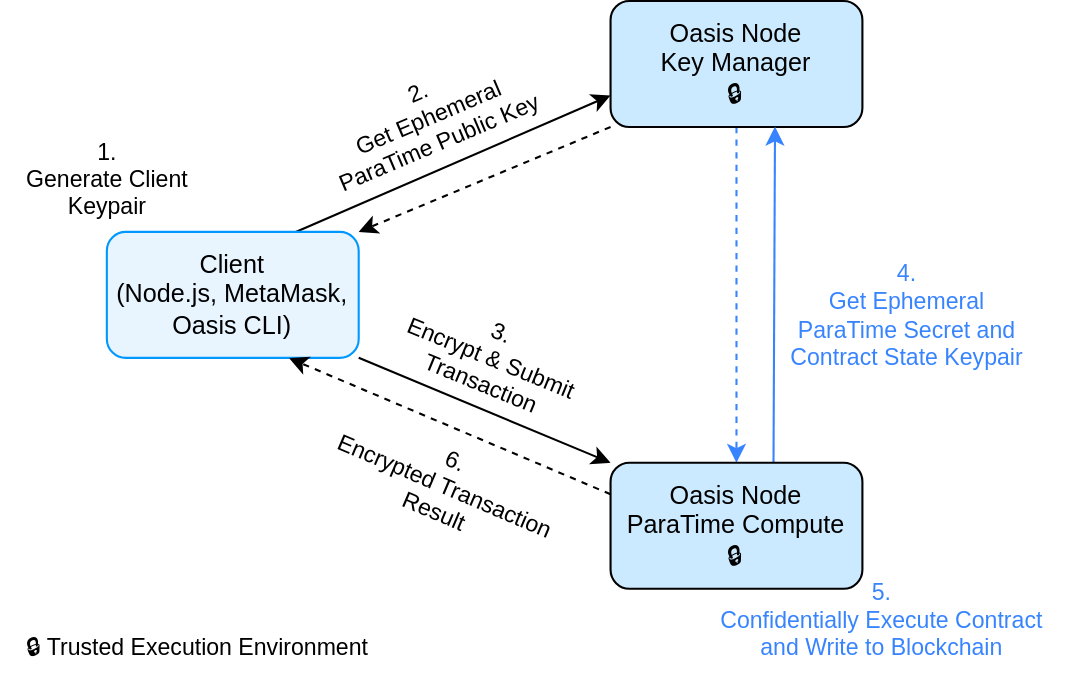
Before: docs/general/images/architecture/client-km-compute.svg, a diagram exported from draw.io (oasisprotocol/docs). Source tidied: cells renumbered, new cells last; positions are measured from the earlier drawing's top-left corner, leaving out a move shared by most shapes.
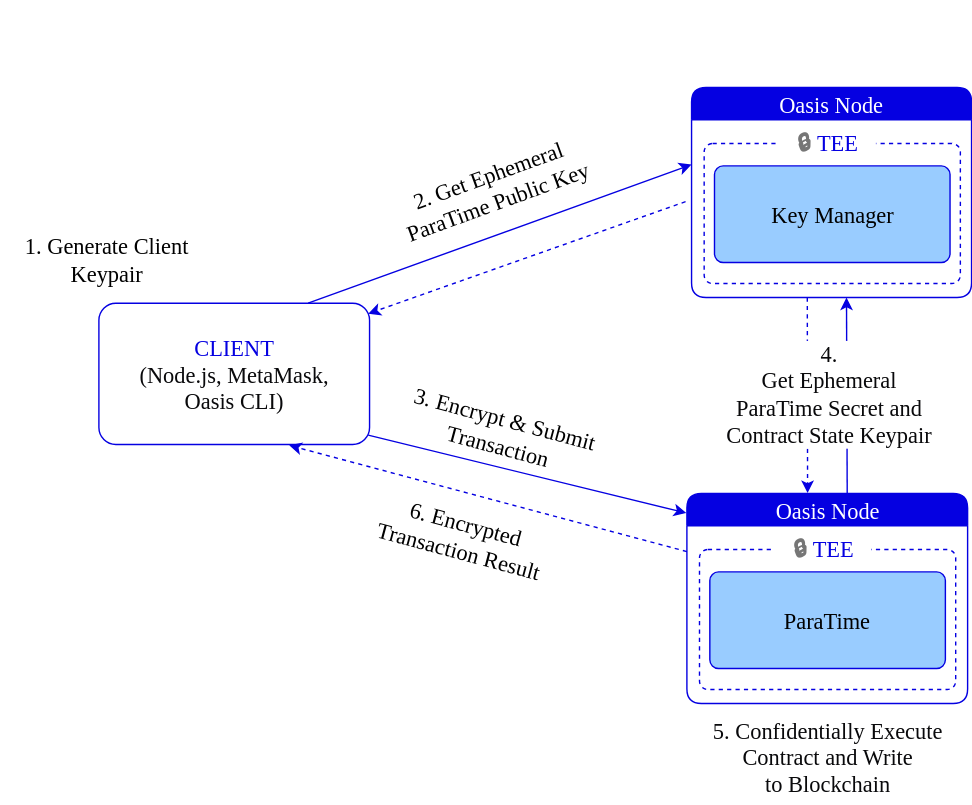
After the commit.

Diff of the diagram source:
```diff
@@ -1,62 +1,98 @@
-<mxGraphModel>
+<mxGraphModel background="light-dark(#FFFFFF,#1B1B1D)">
   <root>
     <mxCell id="0" />
     <mxCell id="1" parent="0" />
-    <mxCell id="2" style="rounded=0;jettySize=auto;html=1;exitX=0.75;exitY=0;exitDx=0;exitDy=0;entryX=0;entryY=0.75;entryDx=0;entryDy=0;startArrow=none;startFill=0;" parent="1" edge="1" source="6" target="9">
-      <mxGeometry relative="1" as="geometry" />
-    </mxCell>
+    <mxCell id="18" style="rounded=1;whiteSpace=wrap;html=1;fontFamily=Inter;fontSource=https%3A%2F%2Ffonts.googleapis.com%2Fcss%3Ffamily%3DInter;fillColor=light-dark(#FFFFFF,#1B1B1D);strokeColor=none;dashed=1;arcSize=6;" parent="1" vertex="1">
+      <mxGeometry x="453.3" y="-140" width="200" height="140" as="geometry" />
+    </mxCell>
+    <mxCell id="19" style="rounded=1;whiteSpace=wrap;html=1;fontFamily=Inter;fontSource=https%3A%2F%2Ffonts.googleapis.com%2Fcss%3Ffamily%3DInter;fillColor=light-dark(#FFFFFF,#1B1B1D);strokeColor=none;dashed=1;arcSize=0;" parent="1" vertex="1">
+      <mxGeometry x="450.2" y="160" width="200" height="130" as="geometry" />
+    </mxCell>
+    <mxCell id="20" style="rounded=0;jettySize=auto;html=1;exitX=0.773;exitY=0;exitDx=0;exitDy=0;startArrow=none;startFill=0;fontFamily=Inter;fontSource=https%3A%2F%2Ffonts.googleapis.com%2Fcss%3Ffamily%3DInter;strokeColor=light-dark(#0500E1,#03FFFF);exitPerimeter=0;" parent="1" edge="1" source="22">
+      <mxGeometry relative="1" as="geometry">
+        <mxPoint x="453.3" y="-95" as="targetPoint" />
+      </mxGeometry>
+    </mxCell>
-    <mxCell id="3" value="&lt;div&gt;2.&lt;/div&gt;&lt;div&gt;Get Ephemeral&lt;/div&gt;&lt;div&gt;ParaTime Public Key&lt;br&gt;&lt;/div&gt;" style="edgeLabel;html=1;align=center;verticalAlign=middle;rotation=337;labelBackgroundColor=none;" parent="2" vertex="1">
+    <mxCell id="3" value="&lt;div&gt;&lt;font face=&quot;Tahoma&quot; style=&quot;font-size: 16px;&quot;&gt;2.&amp;nbsp;&lt;span style=&quot;background-color: transparent; color: light-dark(rgb(0, 0, 0), rgb(255, 255, 255));&quot;&gt;Get Ephemeral&lt;/span&gt;&lt;/font&gt;&lt;/div&gt;&lt;div&gt;&lt;font face=&quot;Tahoma&quot; style=&quot;font-size: 16px;&quot;&gt;ParaTime Public Key&lt;/font&gt;&lt;br&gt;&lt;/div&gt;" style="edgeLabel;html=1;align=center;verticalAlign=middle;rotation=-20;labelBackgroundColor=none;fontFamily=Inter;fontSource=https%3A%2F%2Ffonts.googleapis.com%2Fcss%3Ffamily%3DInter;fontSize=11;" parent="20" vertex="1">
       <mxGeometry x="0.39" y="-4" relative="1" as="geometry">
-        <mxPoint x="-44" y="-13" as="offset" />
+        <mxPoint x="-61" y="-17" as="offset" />
       </mxGeometry>
     </mxCell>
-    <mxCell id="4" style="edgeStyle=none;rounded=0;jettySize=auto;html=1;entryX=0;entryY=0;entryDx=0;entryDy=0;startArrow=none;startFill=0;exitX=1;exitY=1;exitDx=0;exitDy=0;" parent="1" edge="1" source="6" target="14">
-      <mxGeometry relative="1" as="geometry" />
-    </mxCell>
+    <mxCell id="21" style="edgeStyle=none;rounded=0;jettySize=auto;html=1;startArrow=none;startFill=0;exitX=0.995;exitY=0.934;exitDx=0;exitDy=0;fontFamily=Inter;fontSource=https%3A%2F%2Ffonts.googleapis.com%2Fcss%3Ffamily%3DInter;strokeColor=light-dark(#0500E1,#03FFFF);entryX=-0.002;entryY=0.093;entryDx=0;entryDy=0;entryPerimeter=0;exitPerimeter=0;" parent="1" edge="1" source="22" target="32">
+      <mxGeometry relative="1" as="geometry" />
+    </mxCell>
-    <mxCell id="5" value="&lt;div&gt;3.&lt;/div&gt;&lt;div&gt;Encrypt &amp;amp; Submit&lt;/div&gt;&lt;div&gt;Transaction&lt;br&gt;&lt;/div&gt;" style="edgeLabel;html=1;align=center;verticalAlign=middle;rotation=22.3;labelBackgroundColor=none;" parent="4" vertex="1">
+    <mxCell id="5" value="&lt;div&gt;&lt;font face=&quot;Tahoma&quot; style=&quot;font-size: 16px;&quot;&gt;3.&amp;nbsp;&lt;span style=&quot;background-color: transparent; color: light-dark(rgb(0, 0, 0), rgb(255, 255, 255));&quot;&gt;Encrypt &amp;amp; Submit&lt;/span&gt;&lt;/font&gt;&lt;/div&gt;&lt;div&gt;&lt;font face=&quot;Tahoma&quot; style=&quot;font-size: 16px;&quot;&gt;Transaction&lt;/font&gt;&lt;br&gt;&lt;/div&gt;" style="edgeLabel;html=1;align=center;verticalAlign=middle;rotation=15;labelBackgroundColor=none;fontFamily=Inter;fontSource=https%3A%2F%2Ffonts.googleapis.com%2Fcss%3Ffamily%3DInter;fontSize=11;" parent="21" vertex="1">
       <mxGeometry x="-0.21" y="1" relative="1" as="geometry">
-        <mxPoint x="15" y="-19" as="offset" />
+        <mxPoint x="4" y="-24" as="offset" />
       </mxGeometry>
     </mxCell>
-    <mxCell id="6" value="&lt;div&gt;Client&lt;/div&gt;&lt;div&gt;(Node.js, MetaMask,&lt;/div&gt;&lt;div&gt;Oasis CLI)&lt;br&gt;&lt;/div&gt;" style="rounded=1;whiteSpace=wrap;html=1;fillColor=#e8f5ffff;strokeColor=#0097ffff;" parent="1" vertex="1">
-      <mxGeometry x="50" y="110" width="120" height="60" as="geometry" />
-    </mxCell>
-    <mxCell id="7" style="edgeStyle=none;rounded=0;jettySize=auto;html=1;exitX=0;exitY=1;exitDx=0;exitDy=0;startArrow=none;startFill=0;dashed=1;entryX=1;entryY=0;entryDx=0;entryDy=0;" parent="1" edge="1" source="9" target="6">
-      <mxGeometry relative="1" as="geometry" />
-    </mxCell>
-    <mxCell id="8" style="edgeStyle=none;rounded=0;jettySize=auto;html=1;exitX=0.5;exitY=1;exitDx=0;exitDy=0;startArrow=none;startFill=0;dashed=1;strokeColor=#3884ff;" parent="1" edge="1" source="9" target="14">
-      <mxGeometry relative="1" as="geometry" />
-    </mxCell>
-    <mxCell id="9" value="&lt;div&gt;Oasis Node&lt;/div&gt;&lt;div&gt;Key Manager&lt;/div&gt;&lt;div&gt;🔒&lt;br&gt;&lt;/div&gt;" style="rounded=1;whiteSpace=wrap;html=1;fillColor=#cceaffff;strokeColor=#000000;" parent="1" vertex="1">
-      <mxGeometry x="290" width="120" height="60" as="geometry" />
-    </mxCell>
-    <mxCell id="10" style="edgeStyle=none;rounded=0;jettySize=auto;html=1;exitX=0.647;exitY=-0.003;exitDx=0;exitDy=0;startArrow=none;startFill=0;entryX=0.653;entryY=0.997;entryDx=0;entryDy=0;entryPerimeter=0;exitPerimeter=0;strokeColor=#3884ff;" parent="1" edge="1" source="14" target="9">
-      <mxGeometry relative="1" as="geometry" />
-    </mxCell>
+    <mxCell id="22" value="&lt;div&gt;&lt;font face=&quot;Tahoma&quot; style=&quot;font-size: 16px; color: light-dark(rgb(5, 0, 225), rgb(3, 255, 255));&quot;&gt;CLIENT&lt;/font&gt;&lt;/div&gt;&lt;div&gt;&lt;font face=&quot;Tahoma&quot; style=&quot;font-size: 16px; color: light-dark(rgb(9, 9, 11), rgb(255, 255, 255));&quot;&gt;(Node.js, MetaMask,&lt;/font&gt;&lt;/div&gt;&lt;div&gt;&lt;font face=&quot;Tahoma&quot; style=&quot;font-size: 16px; color: light-dark(rgb(9, 9, 11), rgb(255, 255, 255));&quot;&gt;Oasis CLI)&lt;/font&gt;&lt;br&gt;&lt;/div&gt;" style="rounded=1;whiteSpace=wrap;html=1;fillColor=light-dark(#FFFFFF,#1B1B1D);strokeColor=light-dark(#0500E1,#03FFFF);fontFamily=Inter;fontSource=https%3A%2F%2Ffonts.googleapis.com%2Fcss%3Ffamily%3DInter;arcSize=12;" parent="1" vertex="1">
+      <mxGeometry x="30" y="4.1" width="193.3" height="100.9" as="geometry" />
+    </mxCell>
+    <mxCell id="23" style="edgeStyle=none;rounded=0;jettySize=auto;html=1;exitX=0.026;exitY=0.962;exitDx=0;exitDy=0;startArrow=none;startFill=0;dashed=1;entryX=0.995;entryY=0.074;entryDx=0;entryDy=0;fontFamily=Inter;fontSource=https%3A%2F%2Ffonts.googleapis.com%2Fcss%3Ffamily%3DInter;strokeColor=light-dark(#0500E1,#03FFFF);entryPerimeter=0;exitPerimeter=0;" parent="1" edge="1" target="22">
+      <mxGeometry relative="1" as="geometry">
+        <mxPoint x="449" y="-68.5" as="sourcePoint" />
+      </mxGeometry>
+    </mxCell>
+    <mxCell id="24" style="edgeStyle=none;rounded=0;orthogonalLoop=1;jettySize=auto;html=1;startArrow=none;startFill=0;dashed=1;strokeColor=light-dark(#0500E1,#03FFFF);fontFamily=Inter;fontSource=https%3A%2F%2Ffonts.googleapis.com%2Fcss%3Ffamily%3DInter;entryX=0.4;entryY=-0.002;entryDx=0;entryDy=0;entryPerimeter=0;" parent="1" edge="1">
+      <mxGeometry relative="1" as="geometry">
+        <mxPoint x="536" as="sourcePoint" />
+        <mxPoint x="536.2" y="139.7" as="targetPoint" />
+      </mxGeometry>
+    </mxCell>
+    <mxCell id="25" style="edgeStyle=none;rounded=0;orthogonalLoop=1;jettySize=auto;html=1;exitX=0.601;exitY=0.002;exitDx=0;exitDy=0;startArrow=none;startFill=0;exitPerimeter=0;strokeColor=light-dark(#0500E1,#03FFFF);fontFamily=Inter;fontSource=https%3A%2F%2Ffonts.googleapis.com%2Fcss%3Ffamily%3DInter;" parent="1" edge="1">
+      <mxGeometry relative="1" as="geometry">
+        <mxPoint x="564.5" y="140.3" as="sourcePoint" />
+        <mxPoint x="564" as="targetPoint" />
+      </mxGeometry>
+    </mxCell>
-    <mxCell id="11" value="&lt;div&gt;4.&lt;/div&gt;&lt;div&gt;Get Ephemeral&lt;/div&gt;&lt;div&gt;ParaTime Secret and&lt;/div&gt;&lt;div&gt;Contract State Keypair&lt;br&gt;&lt;/div&gt;" style="edgeLabel;html=1;align=center;verticalAlign=middle;fontColor=#3884ff;labelBackgroundColor=none;" parent="10" vertex="1">
+    <mxCell id="11" value="&lt;div&gt;&lt;font face=&quot;Tahoma&quot; style=&quot;font-size: 16px;&quot;&gt;4.&lt;/font&gt;&lt;/div&gt;&lt;div&gt;&lt;font face=&quot;Tahoma&quot; style=&quot;font-size: 16px;&quot;&gt;Get Ephemeral&lt;/font&gt;&lt;/div&gt;&lt;div&gt;&lt;font face=&quot;Tahoma&quot; style=&quot;font-size: 16px;&quot;&gt;ParaTime Secret and&lt;/font&gt;&lt;/div&gt;&lt;div&gt;&lt;font face=&quot;Tahoma&quot; style=&quot;font-size: 16px;&quot;&gt;Contract State Keypair&lt;/font&gt;&lt;br&gt;&lt;/div&gt;" style="edgeLabel;html=1;align=center;verticalAlign=middle;fontColor=light-dark(#09090B,#FFFFFF);labelBackgroundColor=light-dark(#FFFFFF,#1B1B1D);fontFamily=Helvetica;fontSize=11;" parent="25" vertex="1">
       <mxGeometry x="0.11" y="1" relative="1" as="geometry">
-        <mxPoint x="63" y="19" as="offset" />
+        <mxPoint x="-13" y="6" as="offset" />
       </mxGeometry>
     </mxCell>
-    <mxCell id="12" style="rounded=0;jettySize=auto;html=1;exitX=0;exitY=0.25;exitDx=0;exitDy=0;startArrow=none;startFill=0;dashed=1;entryX=0.724;entryY=1.003;entryDx=0;entryDy=0;entryPerimeter=0;" parent="1" edge="1" source="14" target="6">
-      <mxGeometry relative="1" as="geometry" />
-    </mxCell>
+    <mxCell id="26" style="rounded=0;jettySize=auto;html=1;startArrow=none;startFill=0;dashed=1;entryX=0.703;entryY=1.006;entryDx=0;entryDy=0;fontFamily=Inter;fontSource=https%3A%2F%2Ffonts.googleapis.com%2Fcss%3Ffamily%3DInter;strokeColor=light-dark(#0500E1,#03FFFF);exitX=0;exitY=0.25;exitDx=0;exitDy=0;entryPerimeter=0;" parent="1" edge="1" target="22">
+      <mxGeometry relative="1" as="geometry">
+        <mxPoint x="450" y="181.5" as="sourcePoint" />
+      </mxGeometry>
+    </mxCell>
-    <mxCell id="13" value="&lt;div&gt;6.&lt;/div&gt;&lt;div&gt;Encrypted Transaction&lt;/div&gt;&lt;div&gt;Result&lt;br&gt;&lt;/div&gt;" style="edgeLabel;html=1;align=center;verticalAlign=middle;labelBackgroundColor=none;rotation=23.1;" parent="12" vertex="1">
+    <mxCell id="13" value="&lt;div&gt;&lt;font face=&quot;Tahoma&quot; style=&quot;font-size: 16px;&quot;&gt;6.&amp;nbsp;&lt;span style=&quot;background-color: transparent; color: light-dark(rgb(0, 0, 0), rgb(255, 255, 255));&quot;&gt;Encrypted &lt;br&gt;Transaction&amp;nbsp;&lt;/span&gt;&lt;span style=&quot;background-color: transparent; color: light-dark(rgb(0, 0, 0), rgb(255, 255, 255));&quot;&gt;Result&lt;/span&gt;&lt;/font&gt;&lt;/div&gt;" style="edgeLabel;html=1;align=center;verticalAlign=middle;labelBackgroundColor=none;rotation=15;fontFamily=Inter;fontSource=https%3A%2F%2Ffonts.googleapis.com%2Fcss%3Ffamily%3DInter;fontSize=11;" parent="26" vertex="1">
       <mxGeometry x="-0.1" y="-4" relative="1" as="geometry">
-        <mxPoint x="-13" y="28" as="offset" />
+        <mxPoint x="-35" y="27" as="offset" />
       </mxGeometry>
     </mxCell>
-    <mxCell id="14" value="&lt;div&gt;Oasis Node&lt;/div&gt;&lt;div&gt;ParaTime Compute&lt;/div&gt;&lt;div&gt;🔒&lt;br&gt;&lt;/div&gt;" style="rounded=1;whiteSpace=wrap;html=1;fillColor=#cceaffff;strokeColor=#000000;" parent="1" vertex="1">
-      <mxGeometry x="290" y="220" width="120" height="60" as="geometry" />
-    </mxCell>
-    <mxCell id="15" value="&lt;div align=&quot;left&quot;&gt;&lt;font style=&quot;font-size: 11px;&quot;&gt;🔒 Trusted Execution Environment&lt;/font&gt;&lt;/div&gt;" style="text;html=1;align=left;verticalAlign=middle;strokeColor=none;fillColor=none;labelBackgroundColor=none;" parent="1" vertex="1">
-      <mxGeometry x="10" y="293" width="190" height="30" as="geometry" />
-    </mxCell>
-    <mxCell id="16" value="&lt;div style=&quot;font-size: 11px;&quot;&gt;1.&lt;/div&gt;&lt;div style=&quot;font-size: 11px;&quot;&gt;Generate Client&lt;/div&gt;&lt;div style=&quot;font-size: 11px;&quot;&gt;Keypair&lt;/div&gt;" style="text;html=1;align=center;verticalAlign=middle;strokeColor=none;fillColor=none;labelBackgroundColor=none;fontSize=11;" parent="1" vertex="1">
-      <mxGeometry y="60" width="100" height="50" as="geometry" />
+    <mxCell id="16" value="&lt;div&gt;&lt;font face=&quot;Tahoma&quot; style=&quot;font-size: 16px;&quot;&gt;1.&amp;nbsp;&lt;span style=&quot;background-color: transparent; color: light-dark(rgb(0, 0, 0), rgb(255, 255, 255));&quot;&gt;Generate Client&lt;/span&gt;&lt;/font&gt;&lt;/div&gt;&lt;div&gt;&lt;font face=&quot;Tahoma&quot; style=&quot;font-size: 16px;&quot;&gt;Keypair&lt;/font&gt;&lt;/div&gt;" style="text;html=1;align=center;verticalAlign=middle;strokeColor=none;fillColor=none;labelBackgroundColor=none;fontSize=11;fontFamily=Inter;fontSource=https%3A%2F%2Ffonts.googleapis.com%2Fcss%3Ffamily%3DInter;" parent="1" vertex="1">
+      <mxGeometry x="-40" y="-52" width="150" height="50" as="geometry" />
     </mxCell>
-    <mxCell id="17" value="&lt;div style=&quot;font-size: 11px;&quot;&gt;&lt;font style=&quot;font-size: 11px;&quot;&gt;5.&lt;/font&gt;&lt;/div&gt;&lt;div style=&quot;font-size: 11px;&quot;&gt;&lt;font style=&quot;font-size: 11px;&quot;&gt;Confidentially Execute Contract&lt;/font&gt;&lt;/div&gt;&lt;div style=&quot;font-size: 11px;&quot;&gt;&lt;font style=&quot;font-size: 11px;&quot;&gt;and Write to Blockchain&lt;br style=&quot;font-size: 11px;&quot;&gt;&lt;/font&gt;&lt;/div&gt;" style="text;html=1;align=center;verticalAlign=middle;strokeColor=none;fillColor=none;fontSize=11;fontColor=#3884ff;" parent="1" vertex="1">
-      <mxGeometry x="329" y="270" width="180" height="50" as="geometry" />
+    <mxCell id="17" value="&lt;div&gt;&lt;font face=&quot;Tahoma&quot; style=&quot;font-size: 16px;&quot;&gt;&lt;font style=&quot;color: light-dark(rgb(9, 9, 11), rgb(255, 255, 255));&quot;&gt;5.&amp;nbsp;&lt;/font&gt;&lt;span style=&quot;color: light-dark(rgb(9, 9, 11), rgb(255, 255, 255)); background-color: transparent;&quot;&gt;Confidentially Execute &lt;br&gt;Contract&amp;nbsp;&lt;/span&gt;&lt;span style=&quot;color: light-dark(rgb(9, 9, 11), rgb(255, 255, 255)); background-color: transparent;&quot;&gt;and Write &lt;br&gt;to Blockchain&lt;/span&gt;&lt;/font&gt;&lt;/div&gt;" style="text;html=1;align=center;verticalAlign=middle;strokeColor=none;fillColor=none;fontSize=11;fontColor=#3884ff;fontFamily=Inter;fontSource=https%3A%2F%2Ffonts.googleapis.com%2Fcss%3Ffamily%3DInter;" parent="1" vertex="1">
+      <mxGeometry x="450" y="293" width="200" height="70" as="geometry" />
     </mxCell>
+    <mxCell id="27" value="&lt;font face=&quot;Tahoma&quot; style=&quot;font-weight: normal; color: light-dark(rgb(255, 255, 255), rgb(27, 27, 29)); font-size: 16px;&quot;&gt;Oasis Node&lt;/font&gt;" style="swimlane;whiteSpace=wrap;html=1;hachureGap=4;fontFamily=Helvetica;fillColor=light-dark(#0500E1,#03FFFF);strokeColor=light-dark(#0500E1,#03FFFF);swimlaneLine=1;rounded=1;" parent="1" vertex="1">
+      <mxGeometry x="453.3" y="-150" width="200" height="150" as="geometry" />
+    </mxCell>
+    <mxCell id="28" value="t" style="rounded=1;whiteSpace=wrap;html=1;fontFamily=Inter;fontSource=https%3A%2F%2Ffonts.googleapis.com%2Fcss%3Ffamily%3DInter;fillColor=light-dark(#FFFFFF,#1B1B1D);strokeColor=light-dark(#0500E1,#03FFFF);dashed=1;arcSize=6;" parent="27" vertex="1">
+      <mxGeometry x="9" y="40" width="183" height="100" as="geometry" />
+    </mxCell>
+    <mxCell id="29" value="&lt;div style=&quot;line-height: 110%;&quot;&gt;&lt;div style=&quot;line-height: 120%;&quot;&gt;&lt;span style=&quot;font-size: 16px; line-height: 120%;&quot;&gt;&lt;font face=&quot;Tahoma&quot;&gt;Key Manager&lt;/font&gt;&lt;/span&gt;&lt;br&gt;&lt;span style=&quot;font-size: 16px;&quot;&gt;&lt;/span&gt;&lt;/div&gt;&lt;/div&gt;" style="rounded=1;whiteSpace=wrap;html=1;fontFamily=Inter;fontSource=https%3A%2F%2Ffonts.googleapis.com%2Fcss%3Ffamily%3DInter;fillColor=light-dark(#99CCFF,#003333);strokeColor=light-dark(#0500E1,#03FFFF);arcSize=9;" parent="27" vertex="1">
+      <mxGeometry x="16.4" y="56" width="168.2" height="69" as="geometry" />
+    </mxCell>
+    <mxCell id="30" value="&lt;div&gt;&lt;font face=&quot;Tahoma&quot; style=&quot;font-size: 16px;&quot;&gt;&lt;span style=&quot;color: rgb(118, 118, 118); font-weight: 700; text-align: start; text-wrap-mode: wrap;&quot;&gt;🔒&lt;/span&gt;&lt;span style=&quot;color: rgb(118, 118, 118); font-weight: 700; text-align: start; text-wrap-mode: wrap;&quot;&gt;&amp;nbsp;&lt;/span&gt;&lt;font style=&quot;color: light-dark(rgb(5, 0, 225), rgb(3, 255, 255));&quot;&gt;TEE&lt;/font&gt;&lt;/font&gt;&lt;/div&gt;" style="text;html=1;align=center;verticalAlign=middle;strokeColor=none;fillColor=light-dark(#FFFFFF,#1B1B1D);labelBackgroundColor=none;fontSize=11;fontFamily=Inter;fontSource=https%3A%2F%2Ffonts.googleapis.com%2Fcss%3Ffamily%3DInter;" parent="27" vertex="1">
+      <mxGeometry x="61.7" y="24" width="70" height="30" as="geometry" />
+    </mxCell>
+    <mxCell id="31" value="&lt;span style=&quot;font-family: monospace; font-size: 0px; text-align: start;&quot;&gt;&lt;font style=&quot;color: light-dark(rgb(5, 0, 225), rgb(3, 255, 255));&quot;&gt;TEreraaeraeraer&lt;/font&gt;&lt;/span&gt;" style="text;html=1;align=center;verticalAlign=middle;strokeColor=none;fillColor=none;" parent="1" vertex="1">
+      <mxGeometry x="520" y="-212" width="20" height="30" as="geometry" />
+    </mxCell>
+    <mxCell id="32" value="&lt;font face=&quot;Tahoma&quot; style=&quot;font-weight: normal; color: light-dark(rgb(255, 255, 255), rgb(27, 27, 29)); font-size: 16px;&quot;&gt;Oasis Node&lt;/font&gt;" style="swimlane;whiteSpace=wrap;html=1;hachureGap=4;fontFamily=Inter;fontSource=https%3A%2F%2Ffonts.googleapis.com%2Fcss%3Ffamily%3DInter;fillColor=light-dark(#0500E1,#03FFFF);strokeColor=light-dark(#0500E1,#03FFFF);swimlaneLine=1;rounded=1;" parent="1" vertex="1">
+      <mxGeometry x="450" y="140" width="200.5" height="150" as="geometry" />
+    </mxCell>
+    <mxCell id="33" value="t" style="rounded=1;whiteSpace=wrap;html=1;fontFamily=Inter;fontSource=https%3A%2F%2Ffonts.googleapis.com%2Fcss%3Ffamily%3DInter;fillColor=light-dark(#FFFFFF,#1B1B1D);strokeColor=light-dark(#0500E1,#03FFFF);dashed=1;arcSize=6;" parent="32" vertex="1">
+      <mxGeometry x="9" y="40" width="183" height="100" as="geometry" />
+    </mxCell>
+    <mxCell id="34" value="&lt;div style=&quot;line-height: 110%;&quot;&gt;&lt;div style=&quot;line-height: 120%;&quot;&gt;&lt;span style=&quot;font-size: 16px; line-height: 120%;&quot;&gt;&lt;font face=&quot;Tahoma&quot;&gt;ParaTime&lt;/font&gt;&lt;/span&gt;&lt;br&gt;&lt;span style=&quot;font-size: 16px;&quot;&gt;&lt;/span&gt;&lt;/div&gt;&lt;/div&gt;" style="rounded=1;whiteSpace=wrap;html=1;fontFamily=Inter;fontSource=https%3A%2F%2Ffonts.googleapis.com%2Fcss%3Ffamily%3DInter;fillColor=light-dark(#99CCFF,#003333);strokeColor=light-dark(#0500E1,#03FFFF);arcSize=9;" parent="32" vertex="1">
+      <mxGeometry x="16.4" y="56" width="168.2" height="69" as="geometry" />
+    </mxCell>
+    <mxCell id="35" value="&lt;div&gt;&lt;font face=&quot;Tahoma&quot; style=&quot;font-size: 16px;&quot;&gt;&lt;span style=&quot;color: rgb(118, 118, 118); font-weight: 700; text-align: start; text-wrap-mode: wrap;&quot;&gt;🔒&amp;nbsp;&lt;/span&gt;&lt;font style=&quot;color: light-dark(rgb(5, 0, 225), rgb(3, 255, 255));&quot;&gt;TEE&lt;/font&gt;&lt;/font&gt;&lt;/div&gt;" style="text;html=1;align=center;verticalAlign=middle;strokeColor=none;fillColor=light-dark(#FFFFFF,#1B1B1D);labelBackgroundColor=none;fontSize=11;fontFamily=Inter;fontSource=https%3A%2F%2Ffonts.googleapis.com%2Fcss%3Ffamily%3DInter;" parent="32" vertex="1">
+      <mxGeometry x="61.7" y="24" width="70" height="30" as="geometry" />
+    </mxCell>
   </root>
 </mxGraphModel>
```
